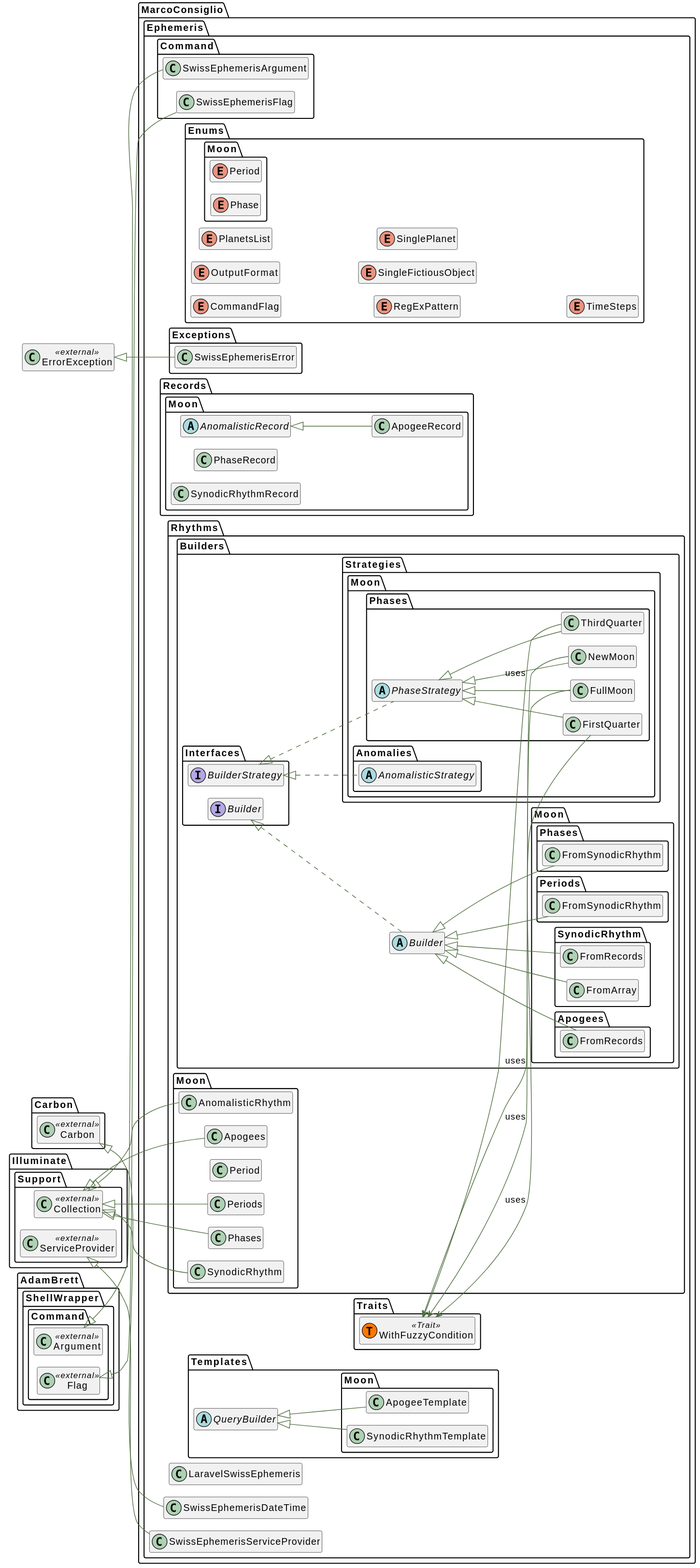
The PlantUML diagram docs/html/graphs/classes.svg in MarcoConsiglio/laravel-swiss-ephemeris, before a commit.
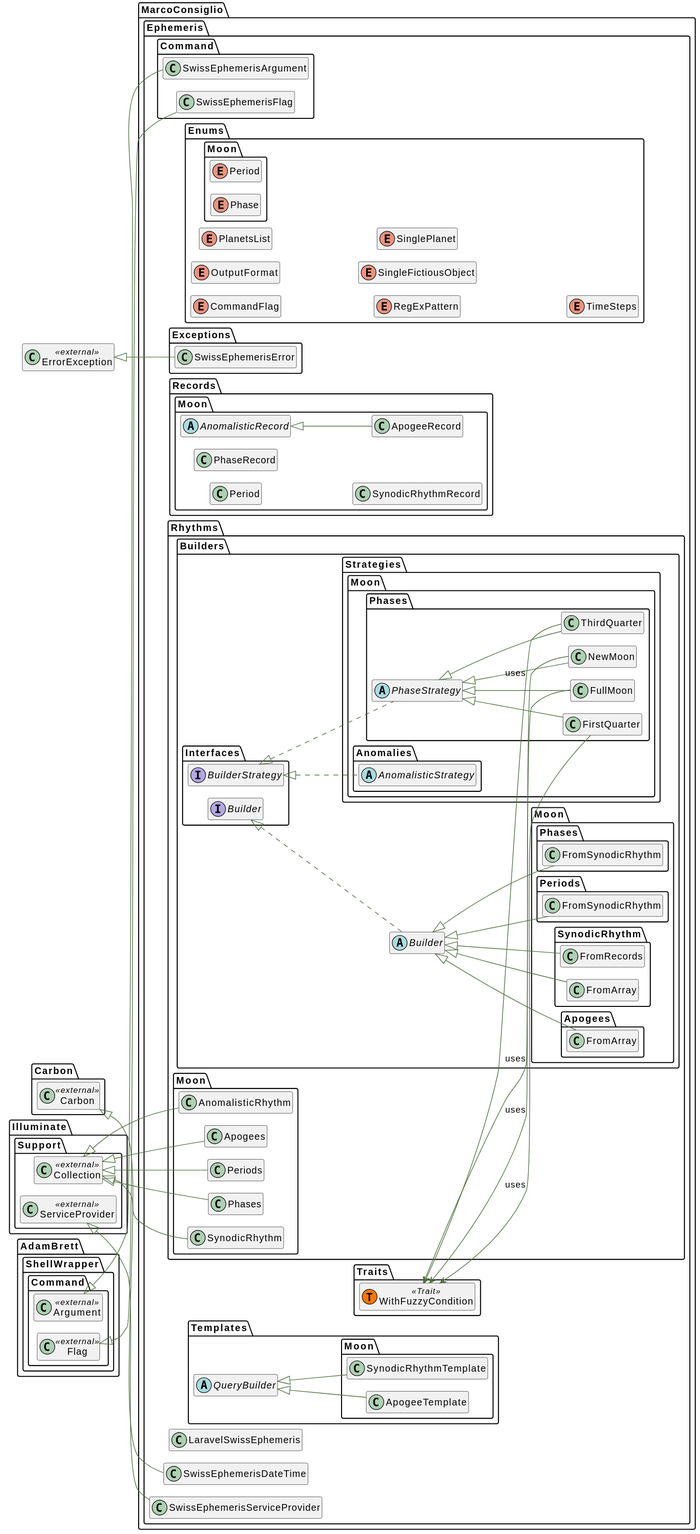
The same diagram one commit later.

What changed in the source:
```diff
@@ -100,6 +100,10 @@
     }
 }
 namespace MarcoConsiglio\\Ephemeris\\Records\\Moon {
+     class "Period" as Period__class    {
+    }
+}
+namespace MarcoConsiglio\\Ephemeris\\Records\\Moon {
      class "PhaseRecord" as PhaseRecord__class    {
     }
 }
@@ -120,7 +124,7 @@
     }
 }
 namespace MarcoConsiglio\\Ephemeris\\Rhythms\\Builders\\Moon\\Apogees {
-     class "FromRecords" as FromRecords__class   extends \\MarcoConsiglio\\Ephemeris\\Rhythms\\Builders\\Builder__class  {
+     class "FromArray" as FromArray__class   extends \\MarcoConsiglio\\Ephemeris\\Rhythms\\Builders\\Builder__class  {
     }
 }
 namespace MarcoConsiglio\\Ephemeris\\Rhythms\\Builders\\Moon\\Periods {
@@ -184,10 +188,6 @@
     }
 }
 namespace MarcoConsiglio\\Ephemeris\\Rhythms\\Moon {
-     class "Period" as Period__class    {
-    }
-}
-namespace MarcoConsiglio\\Ephemeris\\Rhythms\\Moon {
      class "Periods" as Periods__class   extends \\Illuminate\\Support\\Collection__class  {
     }
 }
```
